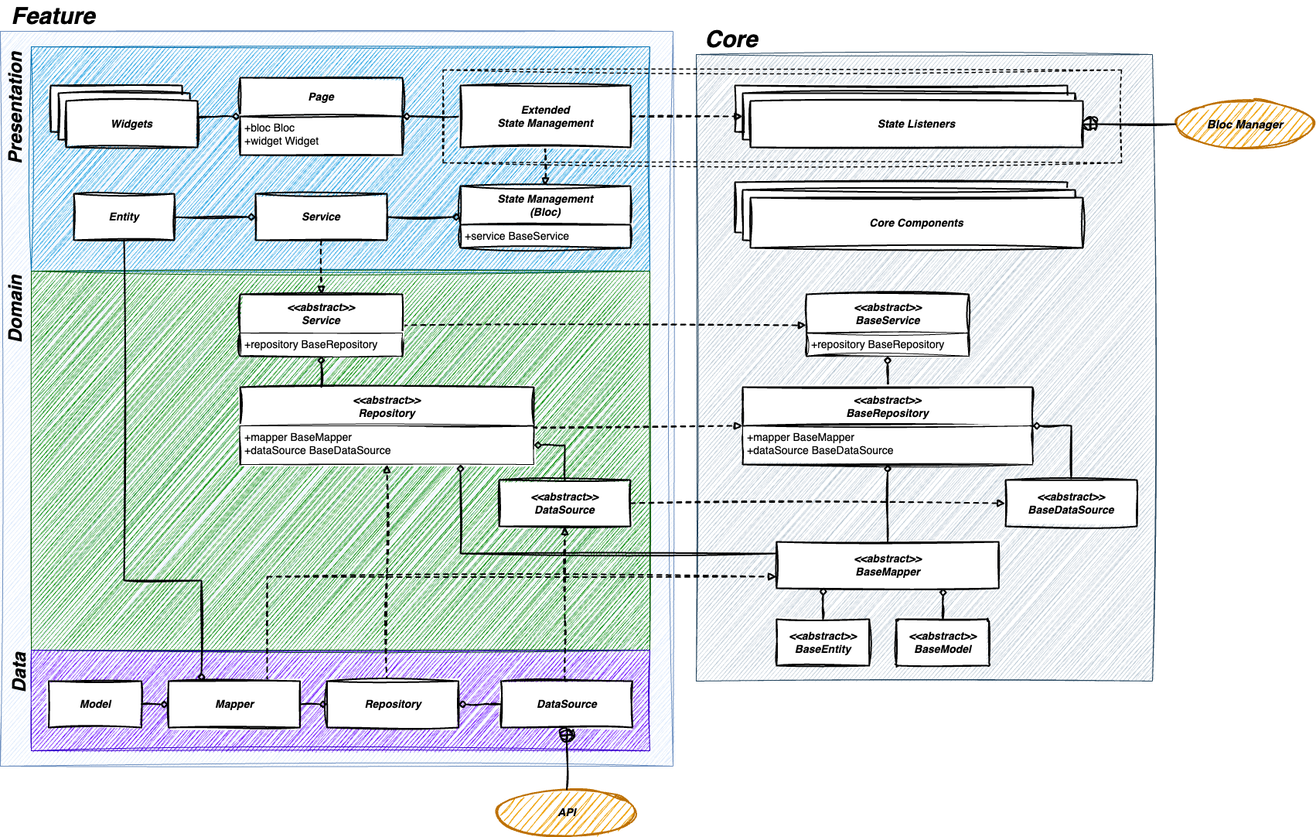
Before: architecture.drawio.png, a diagram exported from draw.io (hamed-rezaee/flutter_component_architecture_poc). Source tidied: cells renumbered, new cells last; positions are measured from the earlier drawing's top-left corner, leaving out a move shared by most shapes.
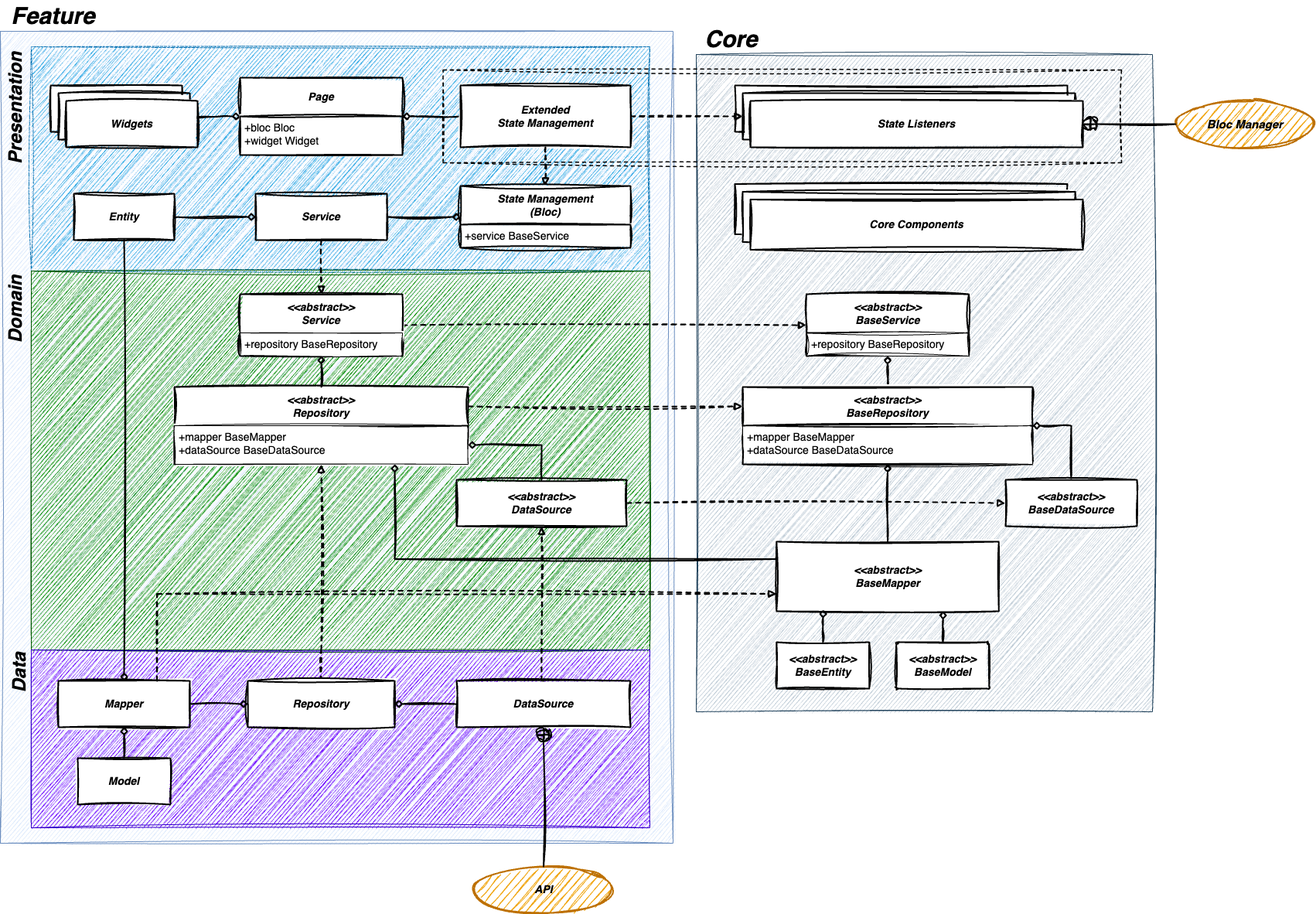
The same file after the commit.

The edit, as a diff of the source:
```diff
@@ -4,8 +4,8 @@
     <mxCell id="1" parent="0" />
+    <mxCell id="3" style="rounded=0;whiteSpace=wrap;html=1;fillColor=#1ba1e2;strokeColor=#006EAF;sketch=1;curveFitting=1;jiggle=2;fontColor=#ffffff;" parent="1" vertex="1">
+      <mxGeometry x="40" y="60" width="800" height="290" as="geometry" />
+    </mxCell>
     <mxCell id="2" style="rounded=0;whiteSpace=wrap;html=1;sketch=1;curveFitting=1;jiggle=2;fillColor=#dae8fc;strokeColor=#6c8ebf;" parent="1" vertex="1">
-      <mxGeometry y="40" width="870" height="950" as="geometry" />
+      <mxGeometry y="40" width="870" height="1050" as="geometry" />
     </mxCell>
-    <mxCell id="3" style="rounded=0;whiteSpace=wrap;html=1;fillColor=#1ba1e2;strokeColor=#006EAF;sketch=1;curveFitting=1;jiggle=2;fontColor=#ffffff;" parent="1" vertex="1">
-      <mxGeometry x="40" y="60" width="800" height="290" as="geometry" />
-    </mxCell>
     <mxCell id="4" style="rounded=0;whiteSpace=wrap;html=1;sketch=1;curveFitting=1;jiggle=2;fillColor=#008a00;strokeColor=#005700;fontColor=#ffffff;" parent="1" vertex="1">
@@ -14,6 +14,6 @@
     <mxCell id="5" style="rounded=0;whiteSpace=wrap;html=1;fillColor=#6a00ff;strokeColor=#3700CC;sketch=1;curveFitting=1;jiggle=2;fontColor=#ffffff;" parent="1" vertex="1">
-      <mxGeometry x="40" y="840" width="800" height="130" as="geometry" />
+      <mxGeometry x="40" y="840" width="800" height="230" as="geometry" />
     </mxCell>
     <mxCell id="6" style="rounded=0;whiteSpace=wrap;html=1;sketch=1;curveFitting=1;jiggle=2;fillColor=#bac8d3;strokeColor=#23445d;" parent="1" vertex="1">
-      <mxGeometry x="900" y="70" width="590" height="810" as="geometry" />
+      <mxGeometry x="900" y="70" width="590" height="850" as="geometry" />
     </mxCell>
@@ -22,7 +22,4 @@
     </mxCell>
-    <mxCell id="8" style="edgeStyle=orthogonalEdgeStyle;rounded=0;jettySize=auto;html=1;exitX=0.75;exitY=0;exitDx=0;exitDy=0;entryX=0;entryY=0.75;entryDx=0;entryDy=0;endArrow=block;endFill=0;sketch=1;curveFitting=1;jiggle=2;dashed=1;strokeWidth=2;" parent="1" edge="1" source="9" target="57">
-      <mxGeometry relative="1" as="geometry" />
-    </mxCell>
     <mxCell id="9" value="&lt;b&gt;&lt;i&gt;&lt;font style=&quot;font-size: 14px;&quot;&gt;Mapper&lt;br&gt;&lt;/font&gt;&lt;/i&gt;&lt;/b&gt;" style="rounded=0;whiteSpace=wrap;html=1;sketch=1;curveFitting=1;jiggle=2;fontSize=14;fontStyle=0;startSize=50;strokeWidth=2;shadow=0;dashed=0;arcSize=4;" parent="1" vertex="1">
-      <mxGeometry x="217.5" y="880" width="170" height="60" as="geometry" />
+      <mxGeometry x="75" y="880" width="170" height="60" as="geometry" />
     </mxCell>
@@ -32,3 +29,3 @@
     <mxCell id="11" value="&lt;b&gt;&lt;i&gt;&lt;font style=&quot;font-size: 14px;&quot;&gt;&amp;lt;&amp;lt;abstract&amp;gt;&amp;gt;&lt;br&gt;DataSource&lt;br&gt;&lt;/font&gt;&lt;/i&gt;&lt;/b&gt;" style="rounded=0;whiteSpace=wrap;html=1;sketch=1;curveFitting=1;jiggle=2;fontSize=14;fontStyle=0;startSize=50;strokeWidth=2;shadow=0;dashed=0;arcSize=4;" parent="1" vertex="1">
-      <mxGeometry x="645" y="620" width="170" height="60" as="geometry" />
+      <mxGeometry x="590" y="620" width="220" height="60" as="geometry" />
     </mxCell>
@@ -37,4 +34,3 @@
         <Array as="points">
-          <mxPoint x="730" y="800" />
-          <mxPoint x="730" y="800" />
+          <mxPoint x="700" y="880" />
         </Array>
@@ -43,13 +39,9 @@
     <mxCell id="13" value="&lt;b&gt;&lt;i&gt;&lt;font style=&quot;font-size: 14px;&quot;&gt;DataSource&lt;br&gt;&lt;/font&gt;&lt;/i&gt;&lt;/b&gt;" style="rounded=0;whiteSpace=wrap;html=1;sketch=1;curveFitting=1;jiggle=2;fontSize=14;fontStyle=0;startSize=50;strokeWidth=2;shadow=0;dashed=0;arcSize=4;" parent="1" vertex="1">
-      <mxGeometry x="647.5" y="880" width="170" height="60" as="geometry" />
+      <mxGeometry x="590" y="880" width="225" height="60" as="geometry" />
     </mxCell>
-    <mxCell id="14" style="edgeStyle=orthogonalEdgeStyle;rounded=0;jettySize=auto;html=1;exitX=1;exitY=0.25;exitDx=0;exitDy=0;entryX=0;entryY=0.5;entryDx=0;entryDy=0;endArrow=block;endFill=0;sketch=1;curveFitting=1;jiggle=2;dashed=1;strokeWidth=2;" parent="1" edge="1" source="15" target="61">
-      <mxGeometry relative="1" as="geometry">
-        <Array as="points">
-          <mxPoint x="520" y="540" />
-        </Array>
-      </mxGeometry>
+    <mxCell id="14" style="edgeStyle=orthogonalEdgeStyle;rounded=0;jettySize=auto;html=1;entryX=0;entryY=0.25;entryDx=0;entryDy=0;endArrow=block;endFill=0;sketch=1;curveFitting=1;jiggle=2;dashed=1;strokeWidth=2;exitX=1;exitY=0.25;exitDx=0;exitDy=0;" parent="1" edge="1" source="15" target="61">
+      <mxGeometry relative="1" as="geometry" />
     </mxCell>
     <mxCell id="15" value="&lt;b style=&quot;border-color: var(--border-color); font-size: 12px;&quot;&gt;&lt;i style=&quot;border-color: var(--border-color);&quot;&gt;&lt;font style=&quot;border-color: var(--border-color); font-size: 14px;&quot;&gt;&amp;lt;&amp;lt;abstract&amp;gt;&amp;gt;&lt;br style=&quot;border-color: var(--border-color);&quot;&gt;Repository&lt;/font&gt;&lt;/i&gt;&lt;/b&gt;" style="swimlane;horizontal=1;startSize=50;rounded=0;fontSize=14;fontStyle=0;strokeWidth=2;shadow=0;dashed=0;align=center;arcSize=4;whiteSpace=wrap;html=1;fillStyle=auto;sketch=1;curveFitting=1;jiggle=2;swimlaneFillColor=default;swimlaneLine=1;glass=0;" parent="1" vertex="1">
-      <mxGeometry x="310" y="500" width="380" height="100" as="geometry" />
+      <mxGeometry x="225" y="500" width="380" height="100" as="geometry" />
     </mxCell>
@@ -70,4 +62,4 @@
         <Array as="points">
-          <mxPoint x="500" y="740" />
-          <mxPoint x="500" y="740" />
+          <mxPoint x="415" y="840" />
+          <mxPoint x="415" y="840" />
         </Array>
@@ -76,3 +68,3 @@
     <mxCell id="21" value="&lt;b&gt;&lt;i&gt;&lt;font style=&quot;font-size: 14px;&quot;&gt;Repository&lt;br&gt;&lt;/font&gt;&lt;/i&gt;&lt;/b&gt;" style="rounded=0;whiteSpace=wrap;html=1;sketch=1;curveFitting=1;jiggle=2;fontSize=14;fontStyle=0;startSize=50;strokeWidth=2;shadow=0;dashed=0;arcSize=4;" parent="1" vertex="1">
-      <mxGeometry x="422.5" y="880" width="170" height="60" as="geometry" />
+      <mxGeometry x="320" y="880" width="190" height="60" as="geometry" />
     </mxCell>
@@ -114,12 +106,4 @@
     <mxCell id="33" value="&lt;font style=&quot;font-size: 14px;&quot;&gt;&lt;i&gt;API&lt;/i&gt;&lt;/font&gt;" style="ellipse;whiteSpace=wrap;html=1;fontStyle=1;fontSize=12;fillColor=#f0a30a;strokeColor=#BD7000;sketch=1;curveFitting=1;jiggle=2;strokeWidth=2;fontColor=#000000;" parent="1" vertex="1">
-      <mxGeometry x="642.5" y="1020" width="180" height="60" as="geometry" />
+      <mxGeometry x="612.5" y="1120" width="180" height="60" as="geometry" />
     </mxCell>
-    <mxCell id="34" style="edgeStyle=orthogonalEdgeStyle;rounded=0;jettySize=auto;html=1;exitX=0.5;exitY=1;exitDx=0;exitDy=0;endArrow=block;endFill=0;sketch=1;curveFitting=1;jiggle=2;dashed=1;strokeWidth=2;entryX=0.5;entryY=0;entryDx=0;entryDy=0;" parent="1" edge="1" source="36" target="25">
-      <mxGeometry relative="1" as="geometry">
-        <Array as="points">
-          <mxPoint x="705" y="200" />
-          <mxPoint x="705" y="200" />
-        </Array>
-      </mxGeometry>
-    </mxCell>
     <mxCell id="35" style="edgeStyle=orthogonalEdgeStyle;rounded=0;jettySize=auto;html=1;exitX=0;exitY=0.5;exitDx=0;exitDy=0;entryX=1;entryY=0;entryDx=0;entryDy=0;endArrow=diamond;endFill=0;sketch=1;curveFitting=1;jiggle=2;strokeWidth=2;" parent="1" edge="1" source="36" target="30">
@@ -147,3 +131,3 @@
     </mxCell>
-    <mxCell id="41" style="edgeStyle=orthogonalEdgeStyle;rounded=0;jettySize=auto;html=1;exitX=1;exitY=0.5;exitDx=0;exitDy=0;entryX=0;entryY=0.5;entryDx=0;entryDy=0;endArrow=diamond;endFill=0;sketch=1;curveFitting=1;jiggle=2;strokeWidth=2;" parent="1" edge="1" source="42" target="9">
+    <mxCell id="41" style="edgeStyle=orthogonalEdgeStyle;rounded=0;jettySize=auto;html=1;exitX=0.5;exitY=0;exitDx=0;exitDy=0;entryX=0.5;entryY=1;entryDx=0;entryDy=0;endArrow=diamond;endFill=0;sketch=1;curveFitting=1;jiggle=2;strokeWidth=2;" parent="1" edge="1" source="42" target="9">
       <mxGeometry relative="1" as="geometry" />
@@ -151,3 +135,3 @@
     <mxCell id="42" value="&lt;b&gt;&lt;i&gt;&lt;font style=&quot;font-size: 14px;&quot;&gt;Model&lt;/font&gt;&lt;/i&gt;&lt;/b&gt;" style="rounded=0;whiteSpace=wrap;html=1;sketch=1;curveFitting=1;jiggle=2;fontSize=14;fontStyle=0;startSize=50;strokeWidth=2;shadow=0;dashed=0;arcSize=4;" parent="1" vertex="1">
-      <mxGeometry x="62.5" y="880" width="120" height="60" as="geometry" />
+      <mxGeometry x="100" y="980" width="120" height="60" as="geometry" />
     </mxCell>
@@ -163,3 +147,3 @@
     <mxCell id="46" value="&lt;b&gt;&lt;i&gt;&lt;font style=&quot;font-size: 14px;&quot;&gt;Core Components&lt;br&gt;&lt;/font&gt;&lt;/i&gt;&lt;/b&gt;" style="rounded=0;whiteSpace=wrap;html=1;sketch=1;curveFitting=1;jiggle=2;fontSize=14;fontStyle=0;startSize=50;strokeWidth=2;shadow=0;dashed=0;arcSize=4;" parent="1" vertex="1">
-      <mxGeometry x="950" y="235" width="430" height="65" as="geometry" />
+      <mxGeometry x="950" y="237.5" width="430" height="65" as="geometry" />
     </mxCell>
@@ -180,2 +164,5 @@
     </mxCell>
+    <mxCell id="54" value="&lt;b style=&quot;border-color: var(--border-color);&quot;&gt;&lt;i style=&quot;border-color: var(--border-color);&quot;&gt;&amp;lt;&amp;lt;abstract&amp;gt;&amp;gt;&lt;br&gt;&lt;/i&gt;&lt;/b&gt;&lt;b&gt;&lt;i&gt;&lt;font style=&quot;font-size: 14px;&quot;&gt;BaseModel&lt;/font&gt;&lt;/i&gt;&lt;/b&gt;" style="rounded=1;whiteSpace=wrap;html=1;sketch=1;curveFitting=1;jiggle=2;fontSize=14;fontStyle=0;startSize=50;strokeWidth=2;shadow=0;dashed=0;arcSize=4;" parent="1" vertex="1">
+      <mxGeometry x="1158.8" y="830" width="120" height="60" as="geometry" />
+    </mxCell>
     <mxCell id="52" style="edgeStyle=orthogonalEdgeStyle;rounded=0;jettySize=auto;html=1;exitX=1;exitY=0.5;exitDx=0;exitDy=0;entryX=0;entryY=0.5;entryDx=0;entryDy=0;endArrow=diamond;endFill=0;sketch=1;curveFitting=1;jiggle=2;strokeWidth=2;" parent="1" edge="1" source="9" target="21">
@@ -183,15 +170,4 @@
     </mxCell>
-    <mxCell id="53" style="edgeStyle=orthogonalEdgeStyle;rounded=0;jettySize=auto;html=1;exitX=0;exitY=0.5;exitDx=0;exitDy=0;entryX=1;entryY=0.5;entryDx=0;entryDy=0;endArrow=diamond;endFill=0;sketch=1;curveFitting=1;jiggle=2;strokeWidth=2;" parent="1" edge="1" source="13" target="21">
-      <mxGeometry relative="1" as="geometry">
-        <Array as="points">
-          <mxPoint x="632.5" y="910" />
-          <mxPoint x="632.5" y="910" />
-        </Array>
-      </mxGeometry>
-    </mxCell>
-    <mxCell id="54" value="&lt;b style=&quot;border-color: var(--border-color);&quot;&gt;&lt;i style=&quot;border-color: var(--border-color);&quot;&gt;&amp;lt;&amp;lt;abstract&amp;gt;&amp;gt;&lt;br&gt;&lt;/i&gt;&lt;/b&gt;&lt;b&gt;&lt;i&gt;&lt;font style=&quot;font-size: 14px;&quot;&gt;BaseModel&lt;/font&gt;&lt;/i&gt;&lt;/b&gt;" style="rounded=1;whiteSpace=wrap;html=1;sketch=1;curveFitting=1;jiggle=2;fontSize=14;fontStyle=0;startSize=50;strokeWidth=2;shadow=0;dashed=0;arcSize=4;" parent="1" vertex="1">
-      <mxGeometry x="1158.8" y="800" width="120" height="60" as="geometry" />
-    </mxCell>
     <mxCell id="55" value="&lt;b style=&quot;border-color: var(--border-color);&quot;&gt;&lt;i style=&quot;border-color: var(--border-color);&quot;&gt;&amp;lt;&amp;lt;abstract&amp;gt;&amp;gt;&lt;br&gt;&lt;/i&gt;&lt;/b&gt;&lt;b&gt;&lt;i&gt;&lt;font style=&quot;font-size: 14px;&quot;&gt;BaseEntity&lt;/font&gt;&lt;/i&gt;&lt;/b&gt;" style="rounded=0;whiteSpace=wrap;html=1;sketch=1;curveFitting=1;jiggle=2;fontSize=14;fontStyle=0;startSize=50;strokeWidth=2;shadow=0;dashed=0;arcSize=4;" parent="1" vertex="1">
-      <mxGeometry x="1003.8" y="800" width="120" height="60" as="geometry" />
+      <mxGeometry x="1003.8" y="830" width="120" height="60" as="geometry" />
     </mxCell>
@@ -201,3 +177,3 @@
     <mxCell id="57" value="&lt;b&gt;&lt;i&gt;&lt;font style=&quot;font-size: 14px;&quot;&gt;&amp;lt;&amp;lt;abstract&amp;gt;&amp;gt;&lt;br&gt;BaseMapper&lt;br&gt;&lt;/font&gt;&lt;/i&gt;&lt;/b&gt;" style="rounded=0;whiteSpace=wrap;html=1;sketch=1;curveFitting=1;jiggle=2;fontSize=14;fontStyle=0;startSize=50;strokeWidth=2;shadow=0;dashed=0;arcSize=4;" parent="1" vertex="1">
-      <mxGeometry x="1003.8" y="700" width="287.5" height="60" as="geometry" />
+      <mxGeometry x="1003.8" y="700" width="287.5" height="90" as="geometry" />
     </mxCell>
@@ -229,6 +205,6 @@
     <mxCell id="65" value="&lt;b&gt;&lt;i&gt;&lt;font style=&quot;font-size: 14px;&quot;&gt;Core Components&lt;br&gt;&lt;/font&gt;&lt;/i&gt;&lt;/b&gt;" style="rounded=0;whiteSpace=wrap;html=1;sketch=1;curveFitting=1;jiggle=2;fontSize=14;fontStyle=0;startSize=50;strokeWidth=2;shadow=0;dashed=0;arcSize=4;" parent="1" vertex="1">
-      <mxGeometry x="960" y="245" width="430" height="65" as="geometry" />
+      <mxGeometry x="960" y="247.5" width="430" height="65" as="geometry" />
     </mxCell>
     <mxCell id="66" value="&lt;b&gt;&lt;i&gt;&lt;font style=&quot;font-size: 14px;&quot;&gt;Core Components&lt;br&gt;&lt;/font&gt;&lt;/i&gt;&lt;/b&gt;" style="rounded=0;whiteSpace=wrap;html=1;sketch=1;curveFitting=1;jiggle=2;fontSize=14;fontStyle=0;startSize=50;strokeWidth=2;shadow=0;dashed=0;arcSize=4;" parent="1" vertex="1">
-      <mxGeometry x="970" y="255" width="430" height="65" as="geometry" />
+      <mxGeometry x="970" y="257.5" width="430" height="65" as="geometry" />
     </mxCell>
@@ -252,7 +228,23 @@
     </mxCell>
+    <mxCell id="74" style="edgeStyle=orthogonalEdgeStyle;rounded=0;jettySize=auto;html=1;endArrow=diamond;endFill=0;sketch=1;curveFitting=1;jiggle=2;strokeWidth=2;" parent="1" edge="1" target="19">
+      <mxGeometry relative="1" as="geometry">
+        <mxPoint x="415" y="500" as="sourcePoint" />
+        <Array as="points">
+          <mxPoint x="415" y="500" />
+        </Array>
+      </mxGeometry>
+    </mxCell>
+    <mxCell id="34" style="edgeStyle=orthogonalEdgeStyle;rounded=0;jettySize=auto;html=1;endArrow=block;endFill=0;sketch=1;curveFitting=1;jiggle=2;dashed=1;strokeWidth=2;entryX=0.5;entryY=0;entryDx=0;entryDy=0;" parent="1" edge="1" target="25">
+      <mxGeometry relative="1" as="geometry">
+        <mxPoint x="705" y="190" as="sourcePoint" />
+        <Array as="points">
+          <mxPoint x="705" y="200" />
+          <mxPoint x="705" y="200" />
+        </Array>
+      </mxGeometry>
+    </mxCell>
-    <mxCell id="73" style="edgeStyle=orthogonalEdgeStyle;rounded=0;jettySize=auto;html=1;exitX=0.5;exitY=1;exitDx=0;exitDy=0;entryX=0.25;entryY=0;entryDx=0;entryDy=0;endArrow=diamond;endFill=0;sketch=1;curveFitting=1;jiggle=2;strokeWidth=2;" parent="1" edge="1" source="44" target="9">
+    <mxCell id="73" style="edgeStyle=orthogonalEdgeStyle;rounded=0;jettySize=auto;html=1;exitX=0.5;exitY=1;exitDx=0;exitDy=0;entryX=0.5;entryY=0;entryDx=0;entryDy=0;endArrow=diamond;endFill=0;sketch=1;curveFitting=1;jiggle=2;strokeWidth=2;" parent="1" edge="1" source="44" target="9">
       <mxGeometry relative="1" as="geometry">
         <Array as="points">
-          <mxPoint x="160" y="750" />
-          <mxPoint x="260" y="750" />
+          <mxPoint x="160" y="880" />
         </Array>
@@ -260,10 +252,8 @@
     </mxCell>
-    <mxCell id="74" style="edgeStyle=orthogonalEdgeStyle;rounded=0;jettySize=auto;html=1;endArrow=diamond;endFill=0;sketch=1;curveFitting=1;jiggle=2;strokeWidth=2;" parent="1" edge="1" target="19">
-      <mxGeometry relative="1" as="geometry">
-        <mxPoint x="415" y="500" as="sourcePoint" />
-        <Array as="points">
-          <mxPoint x="415" y="500" />
-        </Array>
-      </mxGeometry>
-    </mxCell>
+    <mxCell id="8" style="edgeStyle=orthogonalEdgeStyle;rounded=0;jettySize=auto;html=1;exitX=0.75;exitY=0;exitDx=0;exitDy=0;entryX=0;entryY=0.75;entryDx=0;entryDy=0;endArrow=block;endFill=0;sketch=1;curveFitting=1;jiggle=2;dashed=1;strokeWidth=2;" parent="1" edge="1" source="9" target="57">
+      <mxGeometry relative="1" as="geometry" />
+    </mxCell>
+    <mxCell id="53" style="edgeStyle=orthogonalEdgeStyle;rounded=0;jettySize=auto;html=1;exitX=0;exitY=0.5;exitDx=0;exitDy=0;entryX=1;entryY=0.5;entryDx=0;entryDy=0;endArrow=diamond;endFill=0;sketch=1;curveFitting=1;jiggle=2;strokeWidth=2;" parent="1" edge="1" source="13" target="21">
+      <mxGeometry relative="1" as="geometry" />
+    </mxCell>
   </root>
```
